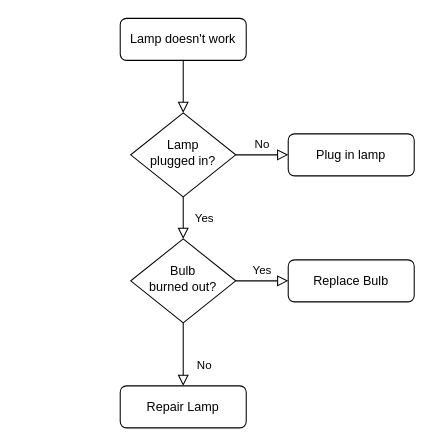
The draw.io diagram flowchartp2.drawio in dcompanys/booksearchtool, before the edit. Source tidied: cells renumbered, new cells numbered last; positions are measured from the earlier drawing's top-left corner, leaving out a move shared by most shapes. Both pictures are drawn from the tidied source at 105%, with x=0, y=0 at pixel (120, 18).
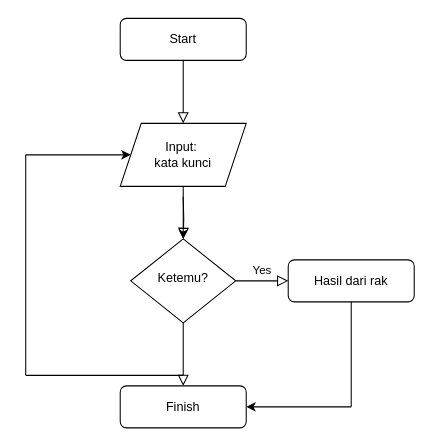
After the change.

Change to the diagram source:
```diff
@@
-    <mxCell id="2" style="rounded=0;html=1;jettySize=auto;fontSize=11;endArrow=block;endFill=0;endSize=8;strokeWidth=1;shadow=0;labelBackgroundColor=none;edgeStyle=orthogonalEdgeStyle;" parent="1" edge="1" source="3" target="6">
+    <mxCell id="2" style="rounded=0;html=1;jettySize=auto;fontSize=11;endArrow=block;endFill=0;endSize=8;strokeWidth=1;shadow=0;labelBackgroundColor=none;edgeStyle=orthogonalEdgeStyle;entryX=0.5;entryY=0;entryDx=0;entryDy=0;" parent="1" edge="1" source="3" target="14">
       <mxGeometry relative="1" as="geometry" />
     </mxCell>
-    <mxCell id="3" value="Lamp doesn't work" style="rounded=1;whiteSpace=wrap;html=1;fontSize=12;glass=0;strokeWidth=1;shadow=0;" parent="1" vertex="1">
+    <mxCell id="3" value="Start" style="rounded=1;whiteSpace=wrap;html=1;fontSize=12;glass=0;strokeWidth=1;shadow=0;" parent="1" vertex="1">
       <mxGeometry width="120" height="40" as="geometry" />
     </mxCell>
-    <mxCell id="4" value="Yes" style="rounded=0;html=1;jettySize=auto;fontSize=11;endArrow=block;endFill=0;endSize=8;strokeWidth=1;shadow=0;labelBackgroundColor=none;edgeStyle=orthogonalEdgeStyle;" parent="1" edge="1" source="6" target="10">
-      <mxGeometry y="20" relative="1" as="geometry" />
+    <mxCell id="4" style="rounded=0;html=1;jettySize=auto;fontSize=11;endArrow=block;endFill=0;endSize=8;strokeWidth=1;shadow=0;labelBackgroundColor=none;edgeStyle=orthogonalEdgeStyle;" parent="1" edge="1" target="10">
+      <mxGeometry y="20" relative="1" as="geometry">
+        <mxPoint x="60" y="170" as="sourcePoint" />
+      </mxGeometry>
     </mxCell>
-    <mxCell id="5" value="No" style="edgeStyle=orthogonalEdgeStyle;rounded=0;html=1;jettySize=auto;fontSize=11;endArrow=block;endFill=0;endSize=8;strokeWidth=1;shadow=0;labelBackgroundColor=none;" parent="1" edge="1" source="6" target="7">
-      <mxGeometry y="10" relative="1" as="geometry" />
-    </mxCell>
-    <mxCell id="6" value="Lamp&lt;br&gt;plugged in?" style="rhombus;whiteSpace=wrap;html=1;shadow=0;fontFamily=Helvetica;fontSize=12;align=center;strokeWidth=1;spacing=6;spacingTop=-4;" parent="1" vertex="1">
-      <mxGeometry x="10" y="90" width="100" height="80" as="geometry" />
-    </mxCell>
-    <mxCell id="7" value="Plug in lamp" style="rounded=1;whiteSpace=wrap;html=1;fontSize=12;glass=0;strokeWidth=1;shadow=0;" parent="1" vertex="1">
-      <mxGeometry x="160" y="110" width="120" height="40" as="geometry" />
-    </mxCell>
-    <mxCell id="8" value="No" style="rounded=0;html=1;jettySize=auto;fontSize=11;endArrow=block;endFill=0;endSize=8;strokeWidth=1;shadow=0;labelBackgroundColor=none;edgeStyle=orthogonalEdgeStyle;" parent="1" edge="1" source="10" target="11">
+    <mxCell id="8" style="rounded=0;html=1;jettySize=auto;fontSize=11;endArrow=block;endFill=0;endSize=8;strokeWidth=1;shadow=0;labelBackgroundColor=none;edgeStyle=orthogonalEdgeStyle;" parent="1" edge="1" source="10" target="11">
       <mxGeometry x="0.33" y="20" relative="1" as="geometry" />
     </mxCell>
@@
-    <mxCell id="10" value="Bulb&lt;br&gt;burned out?" style="rhombus;whiteSpace=wrap;html=1;shadow=0;fontFamily=Helvetica;fontSize=12;align=center;strokeWidth=1;spacing=6;spacingTop=-4;" parent="1" vertex="1">
+    <mxCell id="10" value="Ketemu?" style="rhombus;whiteSpace=wrap;html=1;shadow=0;fontFamily=Helvetica;fontSize=12;align=center;strokeWidth=1;spacing=6;spacingTop=-4;" parent="1" vertex="1">
       <mxGeometry x="10" y="210" width="100" height="80" as="geometry" />
     </mxCell>
-    <mxCell id="11" value="Repair Lamp" style="rounded=1;whiteSpace=wrap;html=1;fontSize=12;glass=0;strokeWidth=1;shadow=0;" parent="1" vertex="1">
+    <mxCell id="11" value="Finish" style="rounded=1;whiteSpace=wrap;html=1;fontSize=12;glass=0;strokeWidth=1;shadow=0;" parent="1" vertex="1">
       <mxGeometry y="350" width="120" height="40" as="geometry" />
     </mxCell>
-    <mxCell id="12" value="Replace Bulb" style="rounded=1;whiteSpace=wrap;html=1;fontSize=12;glass=0;strokeWidth=1;shadow=0;" parent="1" vertex="1">
+    <mxCell id="12" value="Hasil dari rak" style="rounded=1;whiteSpace=wrap;html=1;fontSize=12;glass=0;strokeWidth=1;shadow=0;" parent="1" vertex="1">
       <mxGeometry x="160" y="230" width="120" height="40" as="geometry" />
     </mxCell>
+    <mxCell id="13" style="edgeStyle=orthogonalEdgeStyle;rounded=0;jettySize=auto;html=1;" parent="1" edge="1" source="14" target="10">
+      <mxGeometry relative="1" as="geometry" />
+    </mxCell>
+    <mxCell id="14" value="Input:&amp;nbsp;&lt;br&gt;kata kunci" style="shape=parallelogram;perimeter=parallelogramPerimeter;whiteSpace=wrap;html=1;fixedSize=1;" parent="1" vertex="1">
+      <mxGeometry y="100" width="120" height="60" as="geometry" />
+    </mxCell>
+    <mxCell id="15" style="endArrow=none;html=1;rounded=0;exitX=0.5;exitY=1;exitDx=0;exitDy=0;" parent="1" edge="1" source="12">
+      <mxGeometry relative="1" as="geometry">
+        <mxPoint x="220" y="370" as="targetPoint" />
+      </mxGeometry>
+    </mxCell>
+    <mxCell id="16" style="endArrow=classic;html=1;rounded=0;entryX=1;entryY=0.5;entryDx=0;entryDy=0;" parent="1" edge="1" target="11">
+      <mxGeometry relative="1" as="geometry">
+        <mxPoint x="220" y="370" as="sourcePoint" />
+      </mxGeometry>
+    </mxCell>
+    <mxCell id="17" style="endArrow=none;html=1;rounded=0;" parent="1" edge="1">
+      <mxGeometry relative="1" as="geometry">
+        <mxPoint x="60" y="340" as="sourcePoint" />
+        <mxPoint x="-90" y="340" as="targetPoint" />
+      </mxGeometry>
+    </mxCell>
+    <mxCell id="18" style="endArrow=none;html=1;rounded=0;" parent="1" edge="1">
+      <mxGeometry relative="1" as="geometry">
+        <mxPoint x="-90" y="340" as="sourcePoint" />
+        <mxPoint x="-90" y="130" as="targetPoint" />
+      </mxGeometry>
+    </mxCell>
+    <mxCell id="19" style="endArrow=classic;html=1;rounded=0;entryX=0;entryY=0.5;entryDx=0;entryDy=0;" parent="1" edge="1" target="14">
+      <mxGeometry relative="1" as="geometry">
+        <mxPoint x="-90" y="130" as="sourcePoint" />
+      </mxGeometry>
+    </mxCell>
```
